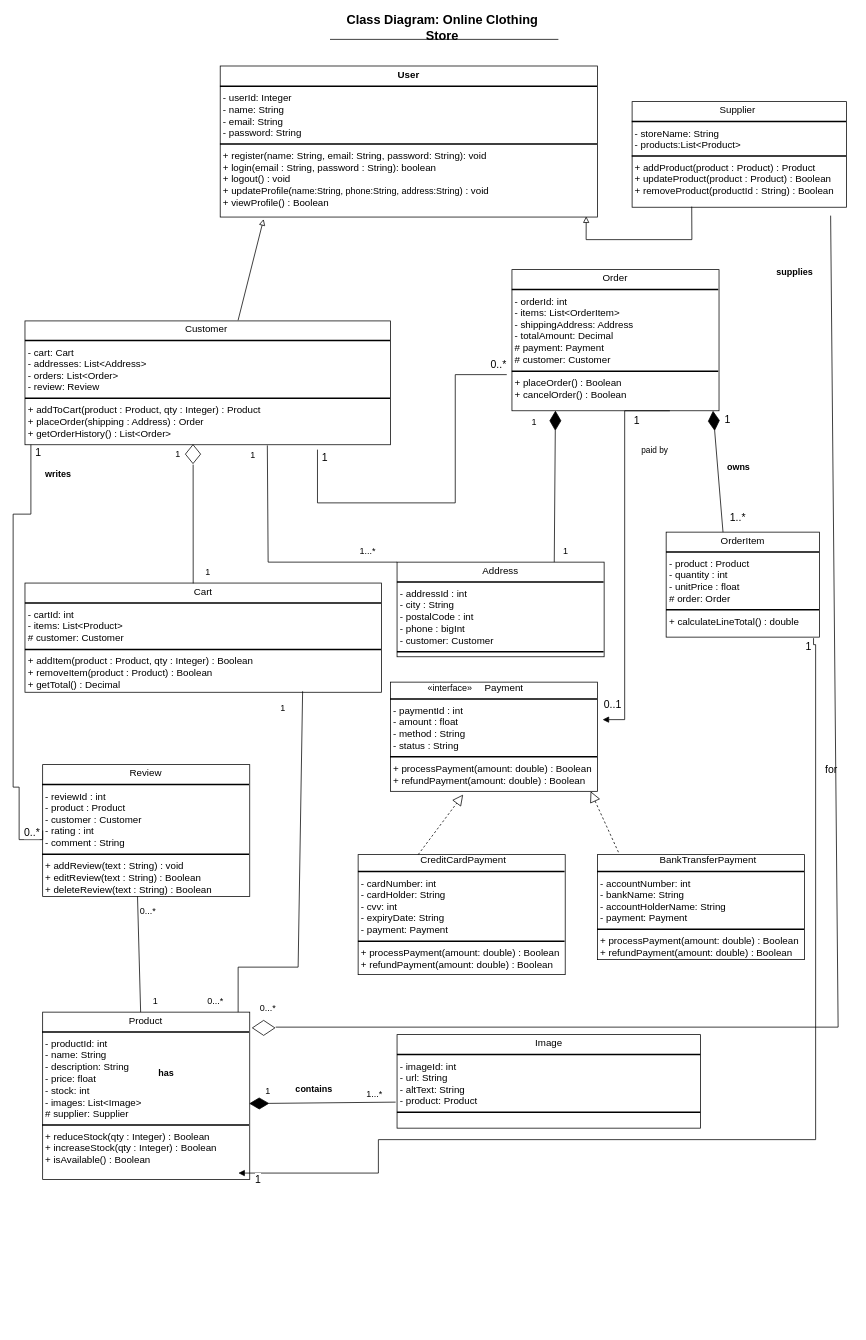
Above: Artifact5-Class Diagram.drawio in Mustafa-bangash/SCD-Project (draw.io), before the change. Source tidied: cells renumbered, new cells numbered last; positions are measured from the earlier drawing's top-left corner, leaving out a move shared by most shapes. Both pictures are drawn from the tidied source at 75%, with x=0, y=0 at pixel (13, 17).
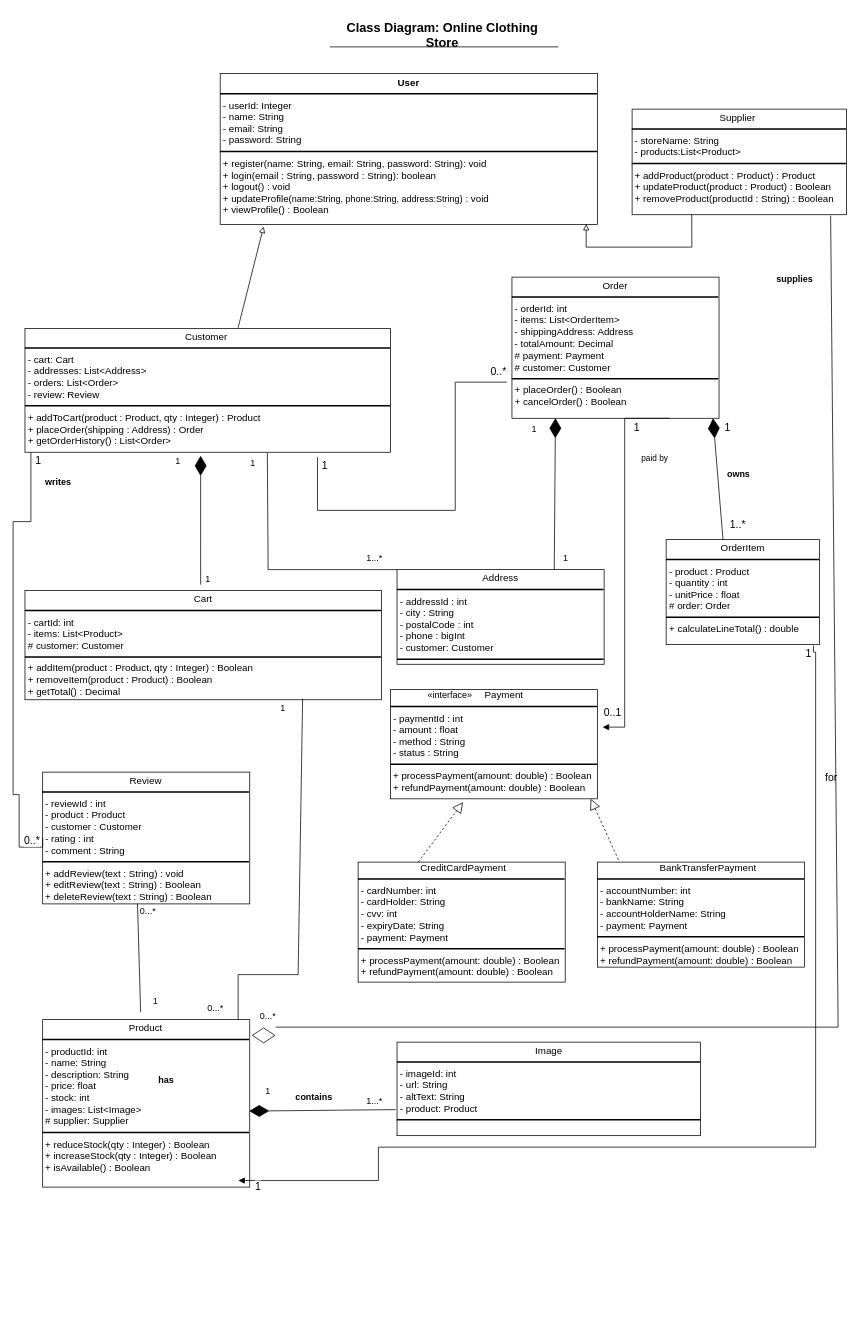
The same diagram, later.

Commit message:
final updated class diagram

The change refers to these unchanged cells:
```xml
<mxCell id="10" value="&lt;p style=&quot;margin:0px;margin-top:4px;text-align:center;&quot;&gt;Cart&lt;/p&gt;&lt;hr style=&quot;border-style:solid;&quot;&gt;&lt;p style=&quot;margin:0px;margin-left:4px;&quot;&gt;- cartId: int&lt;/p&gt;&lt;p style=&quot;margin:0px;margin-left:4px;&quot;&gt;- items: List&amp;lt;Product&amp;gt;&lt;/p&gt;&lt;p style=&quot;margin:0px;margin-left:4px;&quot;&gt;# customer: Customer&lt;/p&gt;&lt;hr style=&quot;border-style:solid;&quot;&gt;&lt;p style=&quot;margin:0px;margin-left:4px;&quot;&gt;+ addItem(product : Product, qty : Integer) : Boolean&lt;/p&gt;&lt;p style=&quot;margin:0px;margin-left:4px;&quot;&gt;+ removeItem(product : Product) : Boolean&lt;/p&gt;&lt;p style=&quot;margin:0px;margin-left:4px;&quot;&gt;+ getTotal() : Decimal&lt;/p&gt;" style="verticalAlign=top;align=left;overflow=fill;html=1;whiteSpace=wrap;fontSize=13;spacing=2;spacingLeft=1;convertToSvg=1;" parent="2" vertex="1">
  <mxGeometry x="15.8" y="737.9" width="475.2" height="145.6" as="geometry" />
</mxCell>
<mxCell id="49" value="1" style="text;html=1;whiteSpace=wrap;strokeColor=none;fillColor=none;align=center;verticalAlign=middle;rounded=0;" parent="2" vertex="1">
  <mxGeometry x="230.3" y="707.9" width="60" height="30" as="geometry" />
</mxCell>
```

The edit, as a diff of the source:
```diff
@@
     <mxCell id="2" style="group;" parent="1" vertex="1">
-      <mxGeometry y="16" width="1120" height="1720" as="geometry" />
+      <mxGeometry y="26" width="1120" height="1720" as="geometry" />
     </mxCell>
@@
     <mxCell id="47" value="1...*" style="text;html=1;whiteSpace=wrap;strokeColor=none;fillColor=none;align=center;verticalAlign=middle;rounded=0;" parent="2" vertex="1">
-      <mxGeometry x="443.2" y="680" width="60" height="30" as="geometry" />
+      <mxGeometry x="451.9" y="680" width="60" height="30" as="geometry" />
     </mxCell>
     <mxCell id="48" value="1" style="text;html=1;whiteSpace=wrap;strokeColor=none;fillColor=none;align=center;verticalAlign=middle;rounded=0;" parent="2" vertex="1">
-      <mxGeometry x="190" y="551.1" width="60" height="30" as="geometry" />
+      <mxGeometry x="190" y="550.6" width="60" height="30" as="geometry" />
     </mxCell>
@@
-    <mxCell id="50" style="endArrow=none;html=1;rounded=0;exitX=0.472;exitY=0.003;exitDx=0;exitDy=0;exitPerimeter=0;" parent="2" edge="1" source="10">
-      <mxGeometry relative="1" as="geometry">
-        <mxPoint x="240" y="580" as="targetPoint" />
-      </mxGeometry>
-    </mxCell>
-    <mxCell id="51" style="rhombus;whiteSpace=wrap;html=1;" parent="2" vertex="1">
-      <mxGeometry x="229.7" y="553.4" width="20.3" height="25.2" as="geometry" />
-    </mxCell>
@@
+    <mxCell id="64" style="endArrow=diamondThin;endFill=1;endSize=24;html=1;rounded=0;entryX=1;entryY=0.25;entryDx=0;entryDy=0;exitX=0.329;exitY=0.736;exitDx=0;exitDy=0;exitPerimeter=0;" parent="2" edge="1" source="49" target="48">
+      <mxGeometry relative="1" as="geometry" />
+    </mxCell>
```
